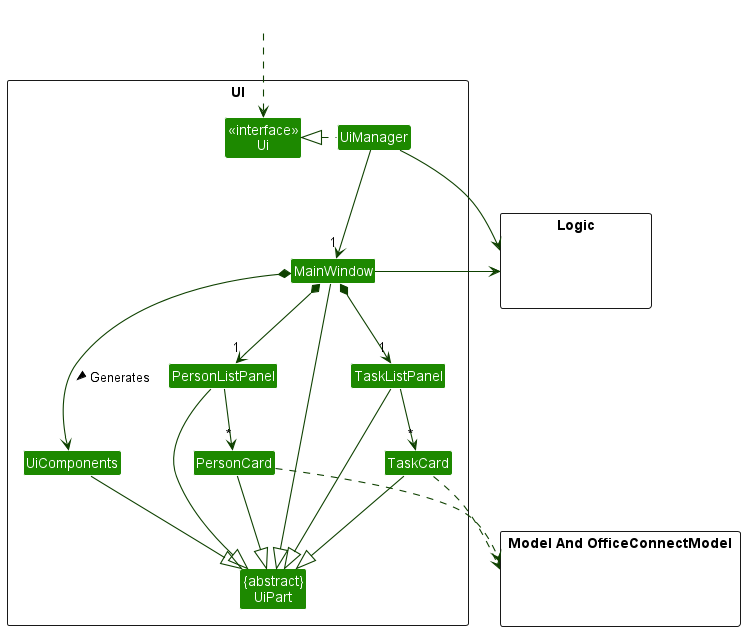
Above: docs/images/UiClassDiagramNew.png in nus-cs2103-AY2223S2/tp (PlantUML), before the change.
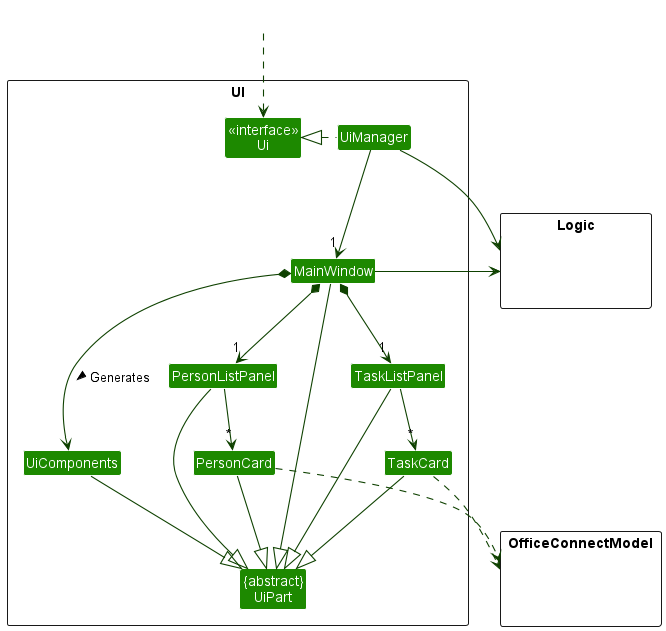
After the change.

What changed in the source:
```diff
@@ -16,7 +16,7 @@
 Class UiComponents
 }
 
-package "Model And OfficeConnectModel" as Model <<Rectangle>> {
+package "OfficeConnectModel" as Model <<Rectangle>> {
 Class HiddenModel #FFFFFF
 }
 
```
